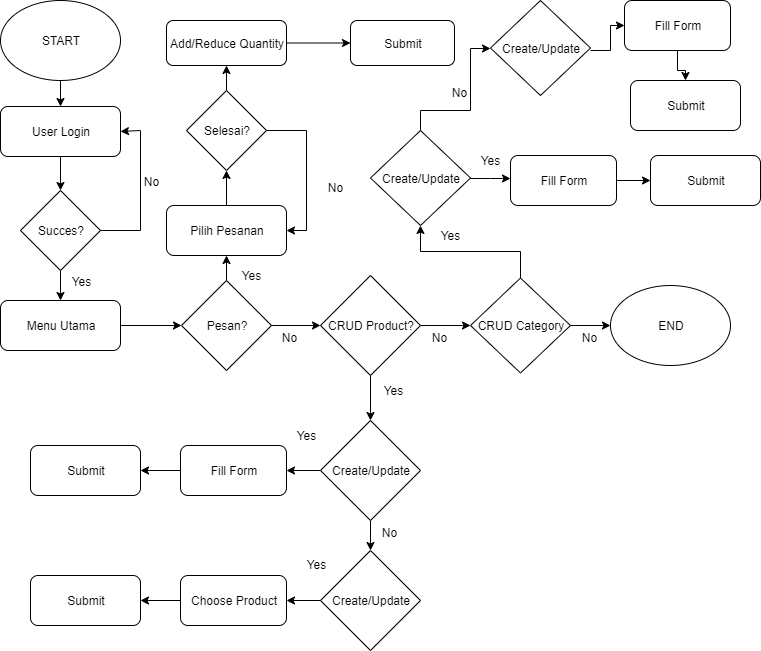
mzbudi/Restaurant-Roni keeps this draw.io diagram as Flowchart.png. Above is the earlier version. Source tidied: cells renumbered, new cells last; positions are measured from the earlier drawing's top-left corner, leaving out a move shared by most shapes. Its diagram source:
```xml
<mxGraphModel>
  <root>
    <mxCell id="0" />
    <mxCell id="1" parent="0" />
    <mxCell id="2" style="edgeStyle=orthogonalEdgeStyle;rounded=0;jettySize=auto;html=1;" parent="1" edge="1" source="3" target="5">
      <mxGeometry relative="1" as="geometry" />
    </mxCell>
    <mxCell id="3" value="START" style="ellipse;whiteSpace=wrap;html=1;" parent="1" vertex="1">
      <mxGeometry width="120" height="80" as="geometry" />
    </mxCell>
    <mxCell id="4" style="edgeStyle=orthogonalEdgeStyle;rounded=0;jettySize=auto;html=1;" parent="1" edge="1" source="5" target="10">
      <mxGeometry relative="1" as="geometry" />
    </mxCell>
    <mxCell id="5" value="User Login" style="rounded=1;whiteSpace=wrap;html=1;" parent="1" vertex="1">
      <mxGeometry y="106" width="120" height="50" as="geometry" />
    </mxCell>
    <mxCell id="6" style="edgeStyle=orthogonalEdgeStyle;rounded=0;jettySize=auto;html=1;entryX=1;entryY=0.5;entryDx=0;entryDy=0;" parent="1" edge="1" source="10" target="5">
      <mxGeometry relative="1" as="geometry">
        <Array as="points">
          <mxPoint x="140" y="230" />
          <mxPoint x="140" y="130" />
          <mxPoint x="120" y="130" />
        </Array>
      </mxGeometry>
    </mxCell>
    <mxCell id="7" value="No" style="text;html=1;align=center;verticalAlign=middle;labelBackgroundColor=#ffffff;" parent="6" vertex="1">
      <mxGeometry x="0.26" y="-2" relative="1" as="geometry">
        <mxPoint x="8" y="11" as="offset" />
      </mxGeometry>
    </mxCell>
    <mxCell id="8" value="Yes" style="text;html=1;align=center;verticalAlign=middle;labelBackgroundColor=#ffffff;" parent="6" vertex="1">
      <mxGeometry x="-0.5" y="13" relative="1" as="geometry">
        <mxPoint x="-47" y="50" as="offset" />
      </mxGeometry>
    </mxCell>
    <mxCell id="9" style="edgeStyle=orthogonalEdgeStyle;rounded=0;jettySize=auto;html=1;" parent="1" edge="1" source="10" target="12">
      <mxGeometry relative="1" as="geometry" />
    </mxCell>
    <mxCell id="10" value="Succes?" style="rhombus;whiteSpace=wrap;html=1;" parent="1" vertex="1">
      <mxGeometry x="20" y="190" width="80" height="80" as="geometry" />
    </mxCell>
    <mxCell id="11" style="edgeStyle=orthogonalEdgeStyle;rounded=0;jettySize=auto;html=1;" parent="1" edge="1" source="12" target="17">
      <mxGeometry relative="1" as="geometry" />
    </mxCell>
    <mxCell id="12" value="Menu Utama" style="rounded=1;whiteSpace=wrap;html=1;" parent="1" vertex="1">
      <mxGeometry y="300" width="120" height="50" as="geometry" />
    </mxCell>
    <mxCell id="13" style="edgeStyle=orthogonalEdgeStyle;rounded=0;jettySize=auto;html=1;" parent="1" edge="1" source="14" target="22">
      <mxGeometry relative="1" as="geometry" />
    </mxCell>
    <mxCell id="14" value="Pilih Pesanan" style="rounded=1;whiteSpace=wrap;html=1;" parent="1" vertex="1">
      <mxGeometry x="166" y="205" width="120" height="50" as="geometry" />
    </mxCell>
    <mxCell id="15" style="edgeStyle=orthogonalEdgeStyle;rounded=0;jettySize=auto;html=1;" parent="1" edge="1" source="17" target="14">
      <mxGeometry relative="1" as="geometry" />
    </mxCell>
    <mxCell id="16" style="edgeStyle=orthogonalEdgeStyle;rounded=0;jettySize=auto;html=1;" parent="1" edge="1" source="17" target="29">
      <mxGeometry relative="1" as="geometry" />
    </mxCell>
    <mxCell id="17" value="Pesan?" style="rhombus;whiteSpace=wrap;html=1;" parent="1" vertex="1">
      <mxGeometry x="181" y="280" width="90" height="90" as="geometry" />
    </mxCell>
    <mxCell id="18" value="Yes" style="text;html=1;align=center;verticalAlign=middle;" parent="1" vertex="1">
      <mxGeometry x="231" y="265" width="40" height="20" as="geometry" />
    </mxCell>
    <mxCell id="19" value="No" style="text;html=1;align=center;verticalAlign=middle;labelBackgroundColor=#ffffff;" parent="1" vertex="1">
      <mxGeometry x="280" y="325" as="geometry">
        <mxPoint x="8" y="11" as="offset" />
      </mxGeometry>
    </mxCell>
    <mxCell id="20" style="edgeStyle=orthogonalEdgeStyle;rounded=0;jettySize=auto;html=1;" parent="1" edge="1" source="22" target="24">
      <mxGeometry relative="1" as="geometry" />
    </mxCell>
    <mxCell id="21" style="edgeStyle=orthogonalEdgeStyle;rounded=0;jettySize=auto;html=1;entryX=1;entryY=0.5;entryDx=0;entryDy=0;" parent="1" edge="1" source="22" target="14">
      <mxGeometry relative="1" as="geometry">
        <Array as="points">
          <mxPoint x="306" y="130" />
          <mxPoint x="306" y="230" />
        </Array>
      </mxGeometry>
    </mxCell>
    <mxCell id="22" value="Selesai?" style="rhombus;whiteSpace=wrap;html=1;" parent="1" vertex="1">
      <mxGeometry x="186" y="90" width="80" height="80" as="geometry" />
    </mxCell>
    <mxCell id="23" style="edgeStyle=orthogonalEdgeStyle;rounded=0;jettySize=auto;html=1;" parent="1" edge="1" source="24" target="25">
      <mxGeometry relative="1" as="geometry" />
    </mxCell>
    <mxCell id="24" value="&lt;span style=&quot;white-space: normal&quot;&gt;Add/Reduce Quantity&lt;/span&gt;" style="rounded=1;whiteSpace=wrap;html=1;" parent="1" vertex="1">
      <mxGeometry x="166" y="20" width="120" height="45" as="geometry" />
    </mxCell>
    <mxCell id="25" value="&lt;span style=&quot;white-space: normal&quot;&gt;Submit&lt;/span&gt;" style="rounded=1;whiteSpace=wrap;html=1;" parent="1" vertex="1">
      <mxGeometry x="350" y="20" width="104" height="45" as="geometry" />
    </mxCell>
    <mxCell id="26" value="No" style="text;html=1;align=center;verticalAlign=middle;" parent="1" vertex="1">
      <mxGeometry x="320" y="177" width="30" height="20" as="geometry" />
    </mxCell>
    <mxCell id="27" style="edgeStyle=orthogonalEdgeStyle;rounded=0;jettySize=auto;html=1;" parent="1" edge="1" source="29" target="32">
      <mxGeometry relative="1" as="geometry" />
    </mxCell>
    <mxCell id="28" style="edgeStyle=orthogonalEdgeStyle;rounded=0;jettySize=auto;html=1;" parent="1" edge="1" source="29">
      <mxGeometry relative="1" as="geometry">
        <mxPoint x="370" y="420" as="targetPoint" />
      </mxGeometry>
    </mxCell>
    <mxCell id="29" value="CRUD Product?" style="rhombus;whiteSpace=wrap;html=1;" parent="1" vertex="1">
      <mxGeometry x="320" y="275" width="100" height="100" as="geometry" />
    </mxCell>
    <mxCell id="30" style="edgeStyle=orthogonalEdgeStyle;rounded=0;jettySize=auto;html=1;" parent="1" edge="1" source="32" target="37">
      <mxGeometry relative="1" as="geometry" />
    </mxCell>
    <mxCell id="31" style="edgeStyle=orthogonalEdgeStyle;rounded=0;jettySize=auto;html=1;" parent="1" edge="1" source="32" target="35">
      <mxGeometry relative="1" as="geometry" />
    </mxCell>
    <mxCell id="32" value="CRUD Category" style="rhombus;whiteSpace=wrap;html=1;" parent="1" vertex="1">
      <mxGeometry x="470" y="277.5" width="100" height="95" as="geometry" />
    </mxCell>
    <mxCell id="33" style="edgeStyle=orthogonalEdgeStyle;rounded=0;jettySize=auto;html=1;entryX=0;entryY=0.5;entryDx=0;entryDy=0;" parent="1" edge="1" source="35" target="49">
      <mxGeometry relative="1" as="geometry">
        <Array as="points">
          <mxPoint x="420" y="110" />
          <mxPoint x="470" y="110" />
          <mxPoint x="470" y="48" />
        </Array>
      </mxGeometry>
    </mxCell>
    <mxCell id="34" style="edgeStyle=orthogonalEdgeStyle;rounded=0;jettySize=auto;html=1;" parent="1" edge="1" source="35">
      <mxGeometry relative="1" as="geometry">
        <mxPoint x="510" y="178" as="targetPoint" />
      </mxGeometry>
    </mxCell>
    <mxCell id="35" value="Create/Update" style="rhombus;whiteSpace=wrap;html=1;" parent="1" vertex="1">
      <mxGeometry x="370" y="130" width="100" height="95" as="geometry" />
    </mxCell>
    <mxCell id="36" value="No" style="text;html=1;align=center;verticalAlign=middle;labelBackgroundColor=#ffffff;" parent="1" vertex="1">
      <mxGeometry x="430" y="325" as="geometry">
        <mxPoint x="8" y="11" as="offset" />
      </mxGeometry>
    </mxCell>
    <mxCell id="37" value="END" style="ellipse;whiteSpace=wrap;html=1;" parent="1" vertex="1">
      <mxGeometry x="610" y="285" width="120" height="80" as="geometry" />
    </mxCell>
    <mxCell id="38" style="edgeStyle=orthogonalEdgeStyle;rounded=0;jettySize=auto;html=1;" parent="1" edge="1" source="40" target="44">
      <mxGeometry relative="1" as="geometry" />
    </mxCell>
    <mxCell id="39" style="edgeStyle=orthogonalEdgeStyle;rounded=0;jettySize=auto;html=1;" parent="1" edge="1" source="40" target="42">
      <mxGeometry relative="1" as="geometry" />
    </mxCell>
    <mxCell id="40" value="Create/Update" style="rhombus;whiteSpace=wrap;html=1;" parent="1" vertex="1">
      <mxGeometry x="320" y="420" width="100" height="100" as="geometry" />
    </mxCell>
    <mxCell id="41" style="edgeStyle=orthogonalEdgeStyle;rounded=0;jettySize=auto;html=1;entryX=1;entryY=0.5;entryDx=0;entryDy=0;" parent="1" edge="1" source="42" target="47">
      <mxGeometry relative="1" as="geometry" />
    </mxCell>
    <mxCell id="42" value="Create/Update" style="rhombus;whiteSpace=wrap;html=1;" parent="1" vertex="1">
      <mxGeometry x="320" y="550" width="100" height="100" as="geometry" />
    </mxCell>
    <mxCell id="43" style="edgeStyle=orthogonalEdgeStyle;rounded=0;jettySize=auto;html=1;" parent="1" edge="1" source="44" target="45">
      <mxGeometry relative="1" as="geometry" />
    </mxCell>
    <mxCell id="44" value="Fill Form" style="rounded=1;whiteSpace=wrap;html=1;" parent="1" vertex="1">
      <mxGeometry x="180" y="445" width="106" height="50" as="geometry" />
    </mxCell>
    <mxCell id="45" value="Submit" style="rounded=1;whiteSpace=wrap;html=1;" parent="1" vertex="1">
      <mxGeometry x="30" y="445" width="110" height="50" as="geometry" />
    </mxCell>
    <mxCell id="46" style="edgeStyle=orthogonalEdgeStyle;rounded=0;jettySize=auto;html=1;" parent="1" edge="1" source="47" target="48">
      <mxGeometry relative="1" as="geometry" />
    </mxCell>
    <mxCell id="47" value="Choose Product" style="rounded=1;whiteSpace=wrap;html=1;" parent="1" vertex="1">
      <mxGeometry x="180" y="575" width="106" height="50" as="geometry" />
    </mxCell>
    <mxCell id="48" value="Submit" style="rounded=1;whiteSpace=wrap;html=1;" parent="1" vertex="1">
      <mxGeometry x="30" y="575" width="110" height="50" as="geometry" />
    </mxCell>
    <mxCell id="49" value="Create/Update" style="rhombus;whiteSpace=wrap;html=1;" parent="1" vertex="1">
      <mxGeometry x="490" width="100" height="95" as="geometry" />
    </mxCell>
    <mxCell id="50" style="edgeStyle=orthogonalEdgeStyle;rounded=0;jettySize=auto;html=1;" parent="1" edge="1" source="51" target="52">
      <mxGeometry relative="1" as="geometry" />
    </mxCell>
    <mxCell id="51" value="Fill Form" style="rounded=1;whiteSpace=wrap;html=1;" parent="1" vertex="1">
      <mxGeometry x="510" y="155" width="106" height="50" as="geometry" />
    </mxCell>
    <mxCell id="52" value="Submit" style="rounded=1;whiteSpace=wrap;html=1;" parent="1" vertex="1">
      <mxGeometry x="650" y="155" width="110" height="50" as="geometry" />
    </mxCell>
    <mxCell id="53" style="edgeStyle=orthogonalEdgeStyle;rounded=0;jettySize=auto;html=1;exitX=1;exitY=0.526;exitDx=0;exitDy=0;exitPerimeter=0;entryX=0;entryY=0.5;entryDx=0;entryDy=0;" parent="1" edge="1" source="49" target="55">
      <mxGeometry relative="1" as="geometry" />
    </mxCell>
    <mxCell id="54" style="edgeStyle=orthogonalEdgeStyle;rounded=0;jettySize=auto;html=1;" parent="1" edge="1" source="55" target="56">
      <mxGeometry relative="1" as="geometry" />
    </mxCell>
    <mxCell id="55" value="Fill Form" style="rounded=1;whiteSpace=wrap;html=1;" parent="1" vertex="1">
      <mxGeometry x="624" width="106" height="50" as="geometry" />
    </mxCell>
    <mxCell id="56" value="Submit" style="rounded=1;whiteSpace=wrap;html=1;" parent="1" vertex="1">
      <mxGeometry x="630" y="80" width="110" height="50" as="geometry" />
    </mxCell>
    <mxCell id="57" value="No" style="text;html=1;align=center;verticalAlign=middle;labelBackgroundColor=#ffffff;" parent="1" vertex="1">
      <mxGeometry x="580" y="325" as="geometry">
        <mxPoint x="8" y="11" as="offset" />
      </mxGeometry>
    </mxCell>
    <mxCell id="58" value="No" style="text;html=1;align=center;verticalAlign=middle;labelBackgroundColor=#ffffff;" parent="1" vertex="1">
      <mxGeometry x="450" y="80" as="geometry">
        <mxPoint x="8" y="11" as="offset" />
      </mxGeometry>
    </mxCell>
    <mxCell id="59" value="No" style="text;html=1;align=center;verticalAlign=middle;labelBackgroundColor=#ffffff;" parent="1" vertex="1">
      <mxGeometry x="380" y="520" as="geometry">
        <mxPoint x="8" y="11" as="offset" />
      </mxGeometry>
    </mxCell>
    <mxCell id="60" value="Yes" style="text;html=1;align=center;verticalAlign=middle;" parent="1" vertex="1">
      <mxGeometry x="373" y="380" width="40" height="20" as="geometry" />
    </mxCell>
    <mxCell id="61" value="Yes" style="text;html=1;align=center;verticalAlign=middle;" parent="1" vertex="1">
      <mxGeometry x="286" y="425" width="40" height="20" as="geometry" />
    </mxCell>
    <mxCell id="62" value="Yes" style="text;html=1;align=center;verticalAlign=middle;" parent="1" vertex="1">
      <mxGeometry x="296" y="554" width="40" height="20" as="geometry" />
    </mxCell>
    <mxCell id="63" value="Yes" style="text;html=1;align=center;verticalAlign=middle;" parent="1" vertex="1">
      <mxGeometry x="430" y="225" width="40" height="20" as="geometry" />
    </mxCell>
    <mxCell id="64" value="Yes" style="text;html=1;align=center;verticalAlign=middle;" parent="1" vertex="1">
      <mxGeometry x="470" y="150" width="40" height="20" as="geometry" />
    </mxCell>
  </root>
</mxGraphModel>
```
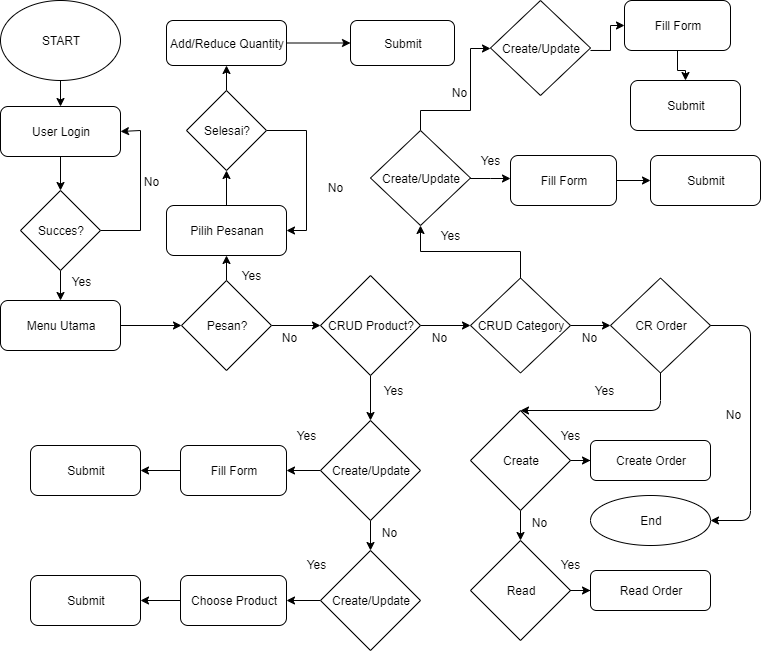
The same file after the commit.

Change to the diagram source:
```diff
@@ -105,8 +105,10 @@
     <mxCell id="29" value="CRUD Product?" style="rhombus;whiteSpace=wrap;html=1;" parent="1" vertex="1">
       <mxGeometry x="320" y="275" width="100" height="100" as="geometry" />
     </mxCell>
-    <mxCell id="30" style="edgeStyle=orthogonalEdgeStyle;rounded=0;jettySize=auto;html=1;" parent="1" edge="1" source="32" target="37">
-      <mxGeometry relative="1" as="geometry" />
+    <mxCell id="30" style="edgeStyle=orthogonalEdgeStyle;rounded=0;jettySize=auto;html=1;" parent="1" edge="1" source="32">
+      <mxGeometry relative="1" as="geometry">
+        <mxPoint x="610" y="325" as="targetPoint" />
+      </mxGeometry>
     </mxCell>
     <mxCell id="31" style="edgeStyle=orthogonalEdgeStyle;rounded=0;jettySize=auto;html=1;" parent="1" edge="1" source="32" target="35">
       <mxGeometry relative="1" as="geometry" />
@@ -136,9 +138,6 @@
         <mxPoint x="8" y="11" as="offset" />
       </mxGeometry>
     </mxCell>
-    <mxCell id="37" value="END" style="ellipse;whiteSpace=wrap;html=1;" parent="1" vertex="1">
-      <mxGeometry x="610" y="285" width="120" height="80" as="geometry" />
-    </mxCell>
     <mxCell id="38" style="edgeStyle=orthogonalEdgeStyle;rounded=0;jettySize=auto;html=1;" parent="1" edge="1" source="40" target="44">
       <mxGeometry relative="1" as="geometry" />
     </mxCell>
@@ -226,5 +225,68 @@
     <mxCell id="64" value="Yes" style="text;html=1;align=center;verticalAlign=middle;" parent="1" vertex="1">
       <mxGeometry x="470" y="150" width="40" height="20" as="geometry" />
     </mxCell>
+    <mxCell id="65" style="edgeStyle=orthogonalEdgeStyle;rounded=0;jettySize=auto;html=1;" parent="1" edge="1" source="67" target="68">
+      <mxGeometry relative="1" as="geometry" />
+    </mxCell>
+    <mxCell id="66" style="edgeStyle=orthogonalEdgeStyle;rounded=0;jettySize=auto;html=1;" parent="1" edge="1" source="67" target="70">
+      <mxGeometry relative="1" as="geometry" />
+    </mxCell>
+    <mxCell id="67" value="Create" style="rhombus;whiteSpace=wrap;html=1;" parent="1" vertex="1">
+      <mxGeometry x="470" y="410" width="100" height="100" as="geometry" />
+    </mxCell>
+    <mxCell id="68" value="Read" style="rhombus;whiteSpace=wrap;html=1;" parent="1" vertex="1">
+      <mxGeometry x="470" y="540" width="100" height="100" as="geometry" />
+    </mxCell>
+    <mxCell id="69" value="CR Order" style="rhombus;whiteSpace=wrap;html=1;" parent="1" vertex="1">
+      <mxGeometry x="610" y="277.5" width="100" height="95" as="geometry" />
+    </mxCell>
+    <mxCell id="70" value="Create Order" style="rounded=1;whiteSpace=wrap;html=1;" parent="1" vertex="1">
+      <mxGeometry x="590" y="440" width="120" height="40" as="geometry" />
+    </mxCell>
+    <mxCell id="71" style="endArrow=classic;html=1;entryX=0.5;entryY=0;entryDx=0;entryDy=0;exitX=0.5;exitY=1;exitDx=0;exitDy=0;" parent="1" edge="1" source="69" target="67">
+      <mxGeometry relative="1" as="geometry">
+        <Array as="points">
+          <mxPoint x="660" y="410" />
+        </Array>
+      </mxGeometry>
+    </mxCell>
+    <mxCell id="72" style="edgeStyle=orthogonalEdgeStyle;rounded=0;jettySize=auto;html=1;" parent="1" edge="1" target="73">
+      <mxGeometry relative="1" as="geometry">
+        <mxPoint x="570" y="590" as="sourcePoint" />
+      </mxGeometry>
+    </mxCell>
+    <mxCell id="73" value="Read Order" style="rounded=1;whiteSpace=wrap;html=1;" parent="1" vertex="1">
+      <mxGeometry x="590" y="570" width="120" height="40" as="geometry" />
+    </mxCell>
+    <mxCell id="74" value="End" style="ellipse;whiteSpace=wrap;html=1;" parent="1" vertex="1">
+      <mxGeometry x="590" y="495" width="120" height="50" as="geometry" />
+    </mxCell>
+    <mxCell id="75" style="endArrow=classic;html=1;entryX=1;entryY=0.5;entryDx=0;entryDy=0;exitX=1;exitY=0.5;exitDx=0;exitDy=0;" parent="1" edge="1" source="69" target="74">
+      <mxGeometry relative="1" as="geometry">
+        <Array as="points">
+          <mxPoint x="750" y="325" />
+          <mxPoint x="750" y="520" />
+        </Array>
+      </mxGeometry>
+    </mxCell>
+    <mxCell id="76" value="No" style="text;html=1;align=center;verticalAlign=middle;labelBackgroundColor=#ffffff;" parent="1" vertex="1">
+      <mxGeometry x="530" y="510" as="geometry">
+        <mxPoint x="8" y="11" as="offset" />
+      </mxGeometry>
+    </mxCell>
+    <mxCell id="77" value="No" style="text;html=1;align=center;verticalAlign=middle;labelBackgroundColor=#ffffff;" parent="1" vertex="1">
+      <mxGeometry x="600" y="345" as="geometry">
+        <mxPoint x="132" y="68" as="offset" />
+      </mxGeometry>
+    </mxCell>
+    <mxCell id="78" value="Yes" style="text;html=1;align=center;verticalAlign=middle;" parent="1" vertex="1">
+      <mxGeometry x="584" y="380" width="40" height="20" as="geometry" />
+    </mxCell>
+    <mxCell id="79" value="Yes" style="text;html=1;align=center;verticalAlign=middle;" parent="1" vertex="1">
+      <mxGeometry x="550" y="425" width="40" height="20" as="geometry" />
+    </mxCell>
+    <mxCell id="80" value="Yes" style="text;html=1;align=center;verticalAlign=middle;" parent="1" vertex="1">
+      <mxGeometry x="550" y="554" width="40" height="20" as="geometry" />
+    </mxCell>
   </root>
 </mxGraphModel>
```
